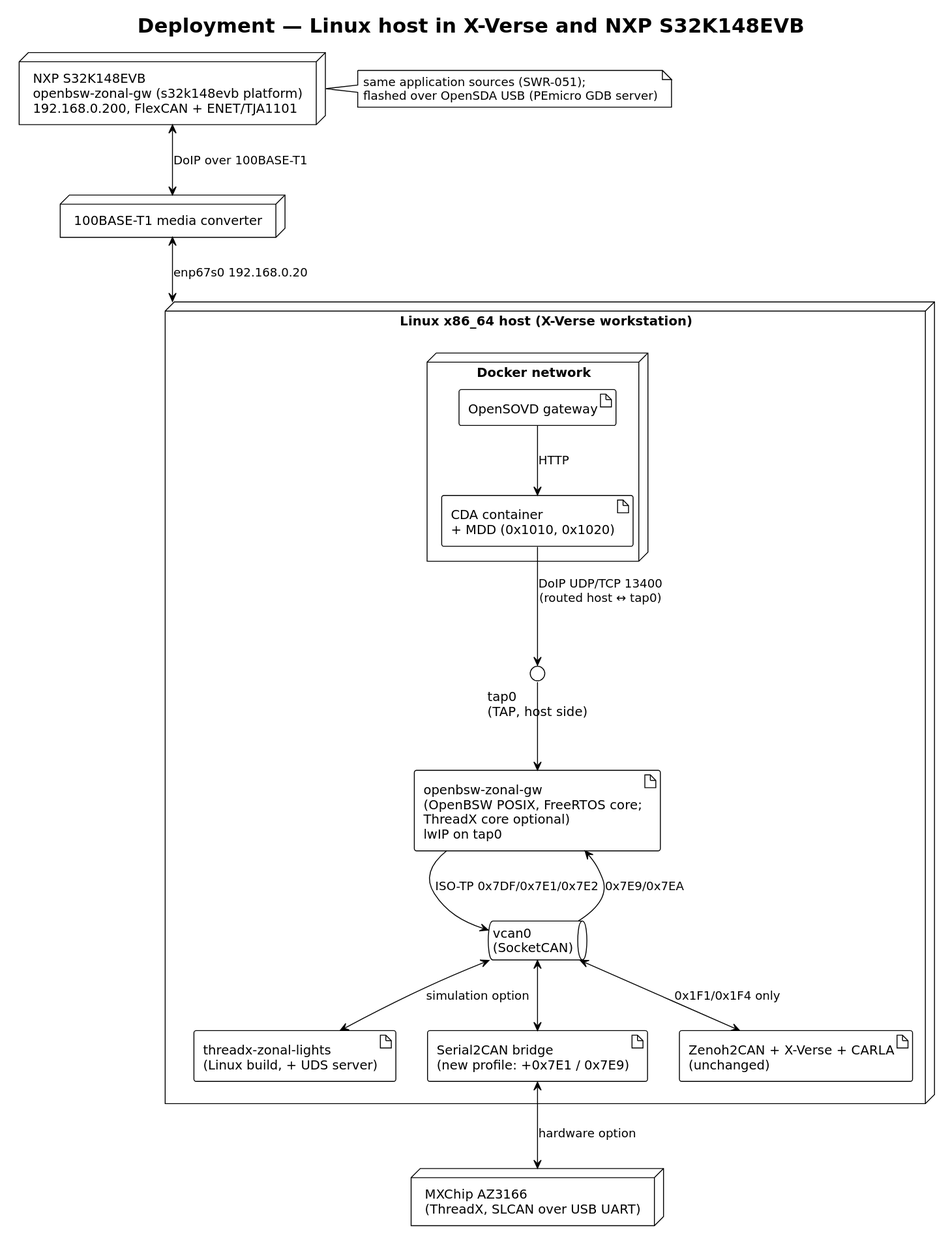
Before: OpenBSW/aspice/report/diagrams/deployment.svg, a diagram exported from PlantUML (Eclipse-SDV-Hackathon-Chapter-Four/Thinking_CAPs).
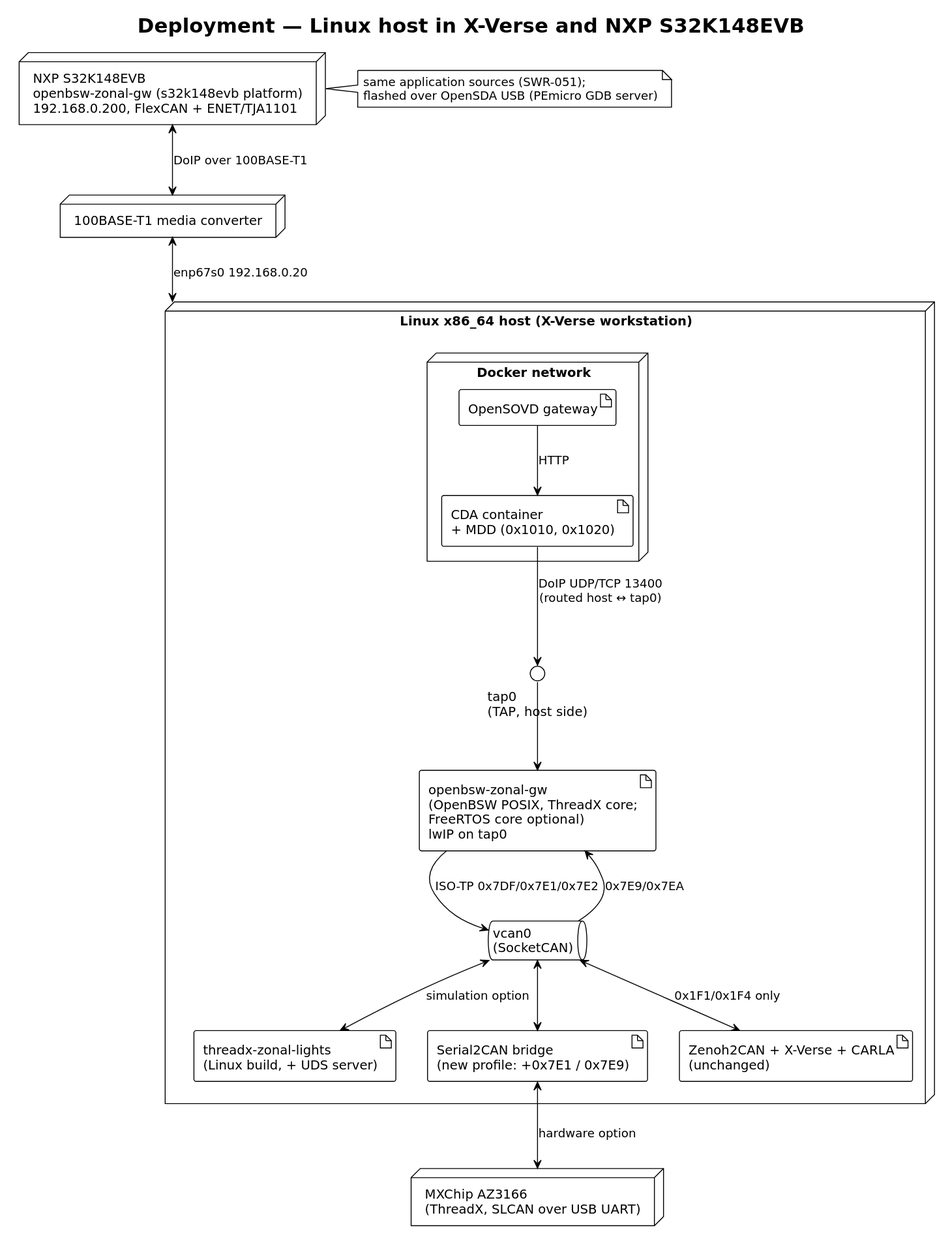
After the change.

The edit, as a diff of the source:
```diff
@@ -10,7 +10,7 @@
     artifact "CDA container\n+ MDD (0x1010, 0x1020)" as CDA
   }
   interface "tap0\n(TAP, host side)" as TAP
-  artifact "openbsw-zonal-gw\n(OpenBSW POSIX, FreeRTOS core;\nThreadX core optional)\nlwIP on tap0" as GW
+  artifact "openbsw-zonal-gw\n(OpenBSW POSIX, ThreadX core;\nFreeRTOS core optional)\nlwIP on tap0" as GW
   queue "vcan0\n(SocketCAN)" as VCAN
   artifact "threadx-zonal-lights\n(Linux build, + UDS server)" as TXL
   artifact "Serial2CAN bridge\n(new profile: +0x7E1 / 0x7E9)" as S2C
```
